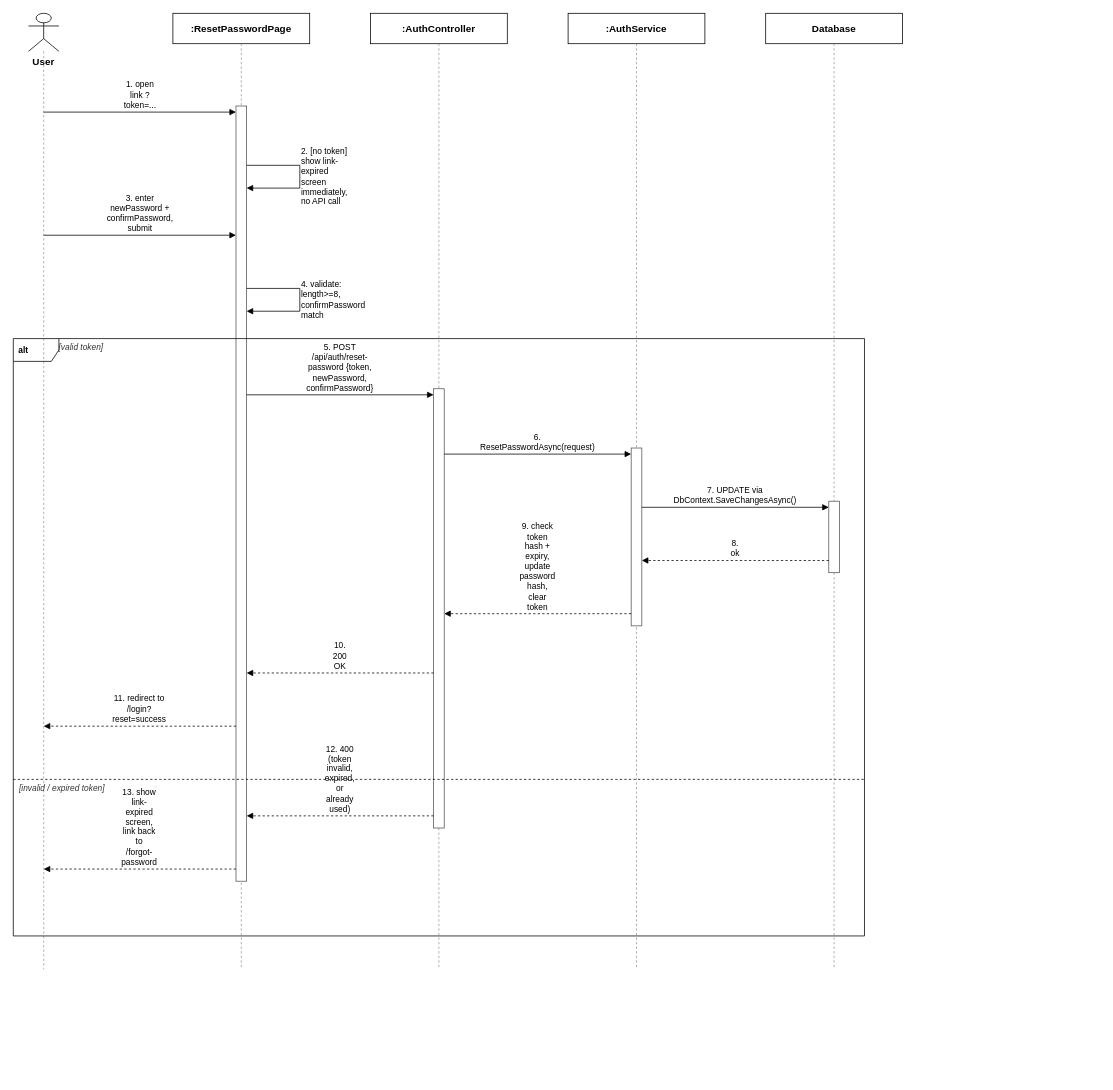
The draw.io diagram docs/qa/Hien_SequenceDiagram/Report4_SequenceDiagram_Reset_Password.drawio in tulklk/AI_Interview_Question_Generation_RAG_LLM_FE, before the edit. Source tidied: cells renumbered, new cells numbered last; positions are measured from the earlier drawing's top-left corner, leaving out a move shared by most shapes. Both pictures are drawn from the tidied source at 76%, with x=0, y=0 at pixel (13, 13).
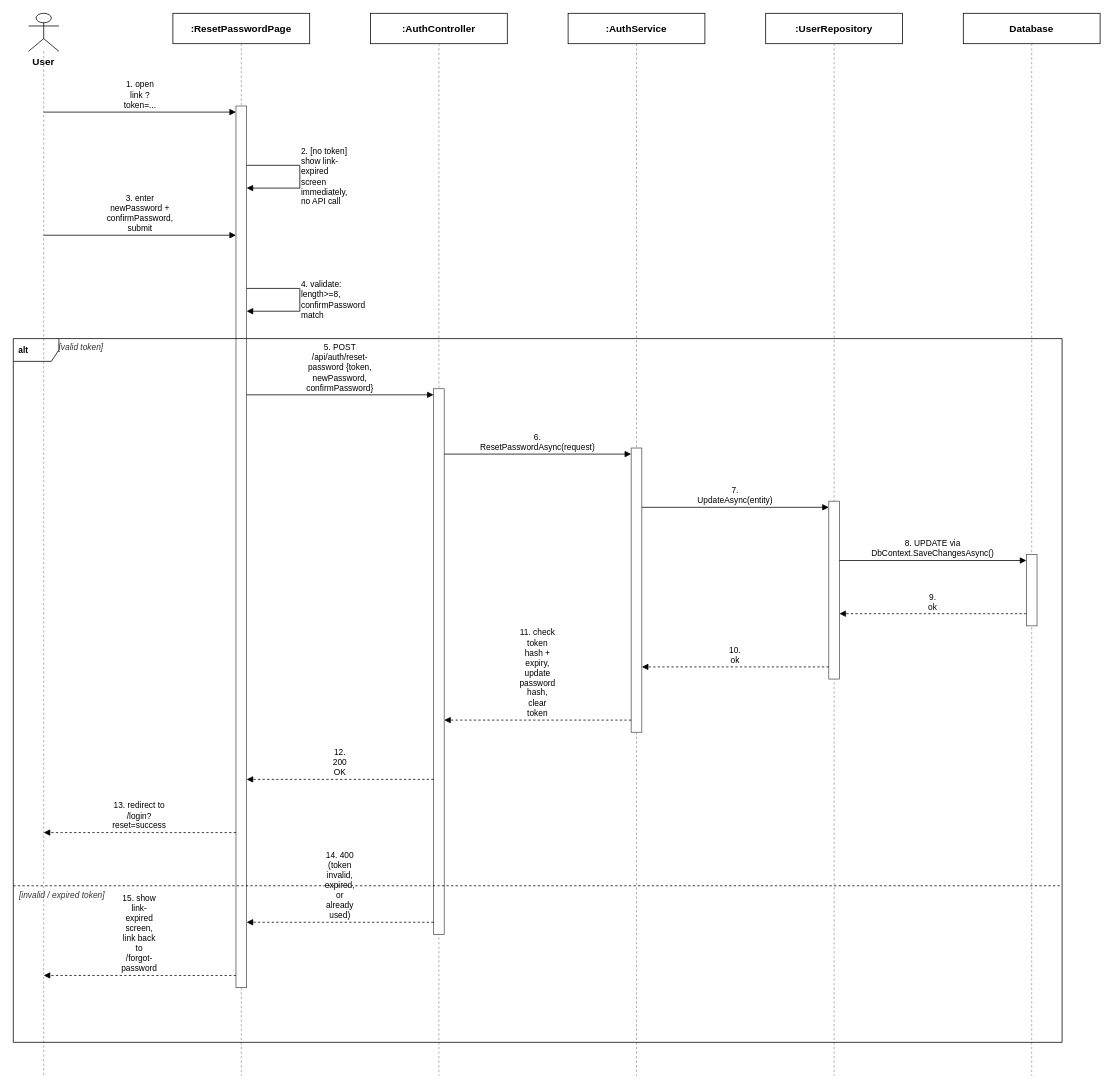
The same diagram, later.

Diff of the diagram source:
```diff
@@
     <mxCell id="3" style="endArrow=none;dashed=1;html=1;strokeColor=#999999;" parent="1" edge="1">
       <mxGeometry relative="1" as="geometry">
         <mxPoint x="40" y="50" as="sourcePoint" />
-        <mxPoint x="40" y="1258" as="targetPoint" />
+        <mxPoint x="40" y="1398" as="targetPoint" />
       </mxGeometry>
     </mxCell>
@@
     <mxCell id="5" style="endArrow=none;dashed=1;html=1;strokeColor=#999999;" parent="1" edge="1">
       <mxGeometry relative="1" as="geometry">
         <mxPoint x="300" y="40" as="sourcePoint" />
-        <mxPoint x="300" y="1258" as="targetPoint" />
+        <mxPoint x="300" y="1398" as="targetPoint" />
       </mxGeometry>
     </mxCell>
@@
     <mxCell id="7" style="endArrow=none;dashed=1;html=1;strokeColor=#999999;" parent="1" edge="1">
       <mxGeometry relative="1" as="geometry">
         <mxPoint x="560" y="40" as="sourcePoint" />
-        <mxPoint x="560" y="1258" as="targetPoint" />
+        <mxPoint x="560" y="1398" as="targetPoint" />
       </mxGeometry>
     </mxCell>
@@
     <mxCell id="9" style="endArrow=none;dashed=1;html=1;strokeColor=#999999;" parent="1" edge="1">
       <mxGeometry relative="1" as="geometry">
         <mxPoint x="820" y="40" as="sourcePoint" />
-        <mxPoint x="820" y="1258" as="targetPoint" />
+        <mxPoint x="820" y="1398" as="targetPoint" />
       </mxGeometry>
     </mxCell>
-    <mxCell id="10" value="Database" style="rounded=0;whiteSpace=wrap;html=1;fontSize=13;fillColor=#ffffff;strokeColor=#000000;fontStyle=1;" parent="1" vertex="1">
+    <mxCell id="10" value=":UserRepository" style="rounded=0;whiteSpace=wrap;html=1;fontSize=13;fillColor=#ffffff;strokeColor=#000000;fontStyle=1;" parent="1" vertex="1">
       <mxGeometry x="990" width="180" height="40" as="geometry" />
     </mxCell>
     <mxCell id="11" style="endArrow=none;dashed=1;html=1;strokeColor=#999999;" parent="1" edge="1">
       <mxGeometry relative="1" as="geometry">
         <mxPoint x="1080" y="40" as="sourcePoint" />
-        <mxPoint x="1080" y="1258" as="targetPoint" />
+        <mxPoint x="1080" y="1398" as="targetPoint" />
       </mxGeometry>
     </mxCell>
-    <mxCell id="12" style="rounded=0;whiteSpace=wrap;html=1;fillColor=#ffffff;strokeColor=#555555;" parent="1" vertex="1">
-      <mxGeometry x="293" y="122" width="14" height="1020" as="geometry" />
+    <mxCell id="12" value="Database" style="rounded=0;whiteSpace=wrap;html=1;fontSize=13;fillColor=#ffffff;strokeColor=#000000;fontStyle=1;" parent="1" vertex="1">
+      <mxGeometry x="1250" width="180" height="40" as="geometry" />
     </mxCell>
-    <mxCell id="13" style="rounded=0;whiteSpace=wrap;html=1;fillColor=#ffffff;strokeColor=#555555;" parent="1" vertex="1">
-      <mxGeometry x="553" y="494" width="14" height="578" as="geometry" />
+    <mxCell id="13" style="endArrow=none;dashed=1;html=1;strokeColor=#999999;" parent="1" edge="1">
+      <mxGeometry relative="1" as="geometry">
+        <mxPoint x="1340" y="40" as="sourcePoint" />
+        <mxPoint x="1340" y="1398" as="targetPoint" />
+      </mxGeometry>
     </mxCell>
     <mxCell id="14" style="rounded=0;whiteSpace=wrap;html=1;fillColor=#ffffff;strokeColor=#555555;" parent="1" vertex="1">
-      <mxGeometry x="813" y="572" width="14" height="234" as="geometry" />
+      <mxGeometry x="293" y="122" width="14" height="1160" as="geometry" />
     </mxCell>
     <mxCell id="15" style="rounded=0;whiteSpace=wrap;html=1;fillColor=#ffffff;strokeColor=#555555;" parent="1" vertex="1">
-      <mxGeometry x="1073" y="642" width="14" height="94" as="geometry" />
+      <mxGeometry x="553" y="494" width="14" height="718" as="geometry" />
     </mxCell>
-    <mxCell id="16" value="1. open link ?token=..." style="endArrow=block;endFill=1;html=1;whiteSpace=wrap;fontSize=11;align=center;verticalAlign=bottom;labelBackgroundColor=#ffffff;strokeColor=#000000;" parent="1" edge="1">
-      <mxGeometry relative="1" as="geometry">
-        <mxPoint x="40" y="130" as="sourcePoint" />
-        <mxPoint x="293" y="130" as="targetPoint" />
-      </mxGeometry>
+    <mxCell id="16" style="rounded=0;whiteSpace=wrap;html=1;fillColor=#ffffff;strokeColor=#555555;" parent="1" vertex="1">
+      <mxGeometry x="813" y="572" width="14" height="374" as="geometry" />
     </mxCell>
-    <mxCell id="17" value="2. [no token] show link-expired screen immediately,&lt;br&gt;no API call" style="endArrow=block;endFill=1;html=1;whiteSpace=wrap;fontSize=11;align=left;verticalAlign=middle;labelBackgroundColor=#ffffff;rounded=0;strokeColor=#000000;" parent="1" edge="1">
-      <mxGeometry relative="1" as="geometry">
-        <mxPoint x="307" y="200" as="sourcePoint" />
-        <mxPoint x="307" y="230" as="targetPoint" />
-        <Array as="points">
-          <mxPoint x="377" y="200" />
-          <mxPoint x="377" y="230" />
-        </Array>
-      </mxGeometry>
+    <mxCell id="17" style="rounded=0;whiteSpace=wrap;html=1;fillColor=#ffffff;strokeColor=#555555;" parent="1" vertex="1">
+      <mxGeometry x="1073" y="642" width="14" height="234" as="geometry" />
     </mxCell>
-    <mxCell id="18" value="3. enter newPassword + confirmPassword, submit" style="endArrow=block;endFill=1;html=1;whiteSpace=wrap;fontSize=11;align=center;verticalAlign=bottom;labelBackgroundColor=#ffffff;strokeColor=#000000;" parent="1" edge="1">
-      <mxGeometry relative="1" as="geometry">
-        <mxPoint x="40" y="292" as="sourcePoint" />
-        <mxPoint x="293" y="292" as="targetPoint" />
-      </mxGeometry>
+    <mxCell id="18" style="rounded=0;whiteSpace=wrap;html=1;fillColor=#ffffff;strokeColor=#555555;" parent="1" vertex="1">
+      <mxGeometry x="1333" y="712" width="14" height="94" as="geometry" />
     </mxCell>
-    <mxCell id="19" value="4. validate: length&gt;=8, confirmPassword match" style="endArrow=block;endFill=1;html=1;whiteSpace=wrap;fontSize=11;align=left;verticalAlign=middle;labelBackgroundColor=#ffffff;rounded=0;strokeColor=#000000;" parent="1" edge="1">
+    <mxCell id="19" value="1. open link ?token=..." style="endArrow=block;endFill=1;html=1;whiteSpace=wrap;fontSize=11;align=center;verticalAlign=bottom;labelBackgroundColor=#ffffff;strokeColor=#000000;" parent="1" edge="1">
       <mxGeometry relative="1" as="geometry">
-        <mxPoint x="307" y="362" as="sourcePoint" />
-        <mxPoint x="307" y="392" as="targetPoint" />
-        <Array as="points">
-          <mxPoint x="377" y="362" />
-          <mxPoint x="377" y="392" />
-        </Array>
+        <mxPoint x="40" y="130" as="sourcePoint" />
+        <mxPoint x="293" y="130" as="targetPoint" />
       </mxGeometry>
     </mxCell>
-    <mxCell id="20" value="5. POST /api/auth/reset-password {token, newPassword,&lt;br&gt;confirmPassword}" style="endArrow=block;endFill=1;html=1;whiteSpace=wrap;fontSize=11;align=center;verticalAlign=bottom;labelBackgroundColor=#ffffff;strokeColor=#000000;" parent="1" edge="1">
+    <mxCell id="20" value="2. [no token] show link-expired screen immediately,&lt;br&gt;no API call" style="endArrow=block;endFill=1;html=1;whiteSpace=wrap;fontSize=11;align=left;verticalAlign=middle;labelBackgroundColor=#ffffff;rounded=0;strokeColor=#000000;" parent="1" edge="1">
       <mxGeometry relative="1" as="geometry">
-        <mxPoint x="307" y="502" as="sourcePoint" />
-        <mxPoint x="553" y="502" as="targetPoint" />
+        <mxPoint x="307" y="200" as="sourcePoint" />
+        <mxPoint x="307" y="230" as="targetPoint" />
+        <Array as="points">
+          <mxPoint x="377" y="200" />
+          <mxPoint x="377" y="230" />
+        </Array>
       </mxGeometry>
     </mxCell>
-    <mxCell id="21" value="6. ResetPasswordAsync(request)" style="endArrow=block;endFill=1;html=1;whiteSpace=wrap;fontSize=11;align=center;verticalAlign=bottom;labelBackgroundColor=#ffffff;strokeColor=#000000;" parent="1" edge="1">
+    <mxCell id="21" value="3. enter newPassword + confirmPassword, submit" style="endArrow=block;endFill=1;html=1;whiteSpace=wrap;fontSize=11;align=center;verticalAlign=bottom;labelBackgroundColor=#ffffff;strokeColor=#000000;" parent="1" edge="1">
       <mxGeometry relative="1" as="geometry">
-        <mxPoint x="567" y="580" as="sourcePoint" />
-        <mxPoint x="813" y="580" as="targetPoint" />
+        <mxPoint x="40" y="292" as="sourcePoint" />
+        <mxPoint x="293" y="292" as="targetPoint" />
       </mxGeometry>
     </mxCell>
-    <mxCell id="22" value="7. UPDATE via DbContext.SaveChangesAsync()" style="endArrow=block;endFill=1;html=1;whiteSpace=wrap;fontSize=11;align=center;verticalAlign=bottom;labelBackgroundColor=#ffffff;strokeColor=#000000;" parent="1" edge="1">
+    <mxCell id="22" value="4. validate: length&gt;=8, confirmPassword match" style="endArrow=block;endFill=1;html=1;whiteSpace=wrap;fontSize=11;align=left;verticalAlign=middle;labelBackgroundColor=#ffffff;rounded=0;strokeColor=#000000;" parent="1" edge="1">
       <mxGeometry relative="1" as="geometry">
-        <mxPoint x="827" y="650" as="sourcePoint" />
-        <mxPoint x="1073" y="650" as="targetPoint" />
+        <mxPoint x="307" y="362" as="sourcePoint" />
+        <mxPoint x="307" y="392" as="targetPoint" />
+        <Array as="points">
+          <mxPoint x="377" y="362" />
+          <mxPoint x="377" y="392" />
+        </Array>
       </mxGeometry>
     </mxCell>
-    <mxCell id="23" value="8. ok" style="endArrow=block;endFill=1;html=1;whiteSpace=wrap;dashed=1;fontSize=11;align=center;verticalAlign=bottom;labelBackgroundColor=#ffffff;strokeColor=#000000;" parent="1" edge="1">
+    <mxCell id="23" value="5. POST /api/auth/reset-password {token, newPassword,&lt;br&gt;confirmPassword}" style="endArrow=block;endFill=1;html=1;whiteSpace=wrap;fontSize=11;align=center;verticalAlign=bottom;labelBackgroundColor=#ffffff;strokeColor=#000000;" parent="1" edge="1">
       <mxGeometry relative="1" as="geometry">
-        <mxPoint x="1073" y="720" as="sourcePoint" />
-        <mxPoint x="827" y="720" as="targetPoint" />
+        <mxPoint x="307" y="502" as="sourcePoint" />
+        <mxPoint x="553" y="502" as="targetPoint" />
       </mxGeometry>
     </mxCell>
-    <mxCell id="24" value="9. check token hash + expiry, update password hash,&lt;br&gt;clear token" style="endArrow=block;endFill=1;html=1;whiteSpace=wrap;dashed=1;fontSize=11;align=center;verticalAlign=bottom;labelBackgroundColor=#ffffff;strokeColor=#000000;" parent="1" edge="1">
+    <mxCell id="24" value="6. ResetPasswordAsync(request)" style="endArrow=block;endFill=1;html=1;whiteSpace=wrap;fontSize=11;align=center;verticalAlign=bottom;labelBackgroundColor=#ffffff;strokeColor=#000000;" parent="1" edge="1">
       <mxGeometry relative="1" as="geometry">
-        <mxPoint x="813" y="790" as="sourcePoint" />
-        <mxPoint x="567" y="790" as="targetPoint" />
+        <mxPoint x="567" y="580" as="sourcePoint" />
+        <mxPoint x="813" y="580" as="targetPoint" />
       </mxGeometry>
     </mxCell>
-    <mxCell id="25" value="10. 200 OK" style="endArrow=block;endFill=1;html=1;whiteSpace=wrap;dashed=1;fontSize=11;align=center;verticalAlign=bottom;labelBackgroundColor=#ffffff;strokeColor=#000000;" parent="1" edge="1">
+    <mxCell id="25" value="7. UpdateAsync(entity)" style="endArrow=block;endFill=1;html=1;whiteSpace=wrap;fontSize=11;align=center;verticalAlign=bottom;labelBackgroundColor=#ffffff;strokeColor=#000000;" parent="1" edge="1">
       <mxGeometry relative="1" as="geometry">
-        <mxPoint x="553" y="868" as="sourcePoint" />
-        <mxPoint x="307" y="868" as="targetPoint" />
+        <mxPoint x="827" y="650" as="sourcePoint" />
+        <mxPoint x="1073" y="650" as="targetPoint" />
       </mxGeometry>
     </mxCell>
-    <mxCell id="26" value="11. redirect to /login?reset=success" style="endArrow=block;endFill=1;html=1;whiteSpace=wrap;dashed=1;fontSize=11;align=center;verticalAlign=bottom;labelBackgroundColor=#ffffff;strokeColor=#000000;" parent="1" edge="1">
+    <mxCell id="26" value="8. UPDATE via DbContext.SaveChangesAsync()" style="endArrow=block;endFill=1;html=1;whiteSpace=wrap;fontSize=11;align=center;verticalAlign=bottom;labelBackgroundColor=#ffffff;strokeColor=#000000;" parent="1" edge="1">
       <mxGeometry relative="1" as="geometry">
-        <mxPoint x="293" y="938" as="sourcePoint" />
-        <mxPoint x="40" y="938" as="targetPoint" />
+        <mxPoint x="1087" y="720" as="sourcePoint" />
+        <mxPoint x="1333" y="720" as="targetPoint" />
       </mxGeometry>
     </mxCell>
-    <mxCell id="27" value="12. 400 (token invalid, expired, or already used)" style="endArrow=block;endFill=1;html=1;whiteSpace=wrap;dashed=1;fontSize=11;align=center;verticalAlign=bottom;labelBackgroundColor=#ffffff;strokeColor=#000000;" parent="1" edge="1">
+    <mxCell id="27" value="9. ok" style="endArrow=block;endFill=1;html=1;whiteSpace=wrap;dashed=1;fontSize=11;align=center;verticalAlign=bottom;labelBackgroundColor=#ffffff;strokeColor=#000000;" parent="1" edge="1">
       <mxGeometry relative="1" as="geometry">
-        <mxPoint x="553" y="1056" as="sourcePoint" />
-        <mxPoint x="307" y="1056" as="targetPoint" />
+        <mxPoint x="1333" y="790" as="sourcePoint" />
+        <mxPoint x="1087" y="790" as="targetPoint" />
       </mxGeometry>
     </mxCell>
-    <mxCell id="28" value="13. show link-expired screen, link back to&lt;br&gt;/forgot-password" style="endArrow=block;endFill=1;html=1;whiteSpace=wrap;dashed=1;fontSize=11;align=center;verticalAlign=bottom;labelBackgroundColor=#ffffff;strokeColor=#000000;" parent="1" edge="1">
+    <mxCell id="28" value="10. ok" style="endArrow=block;endFill=1;html=1;whiteSpace=wrap;dashed=1;fontSize=11;align=center;verticalAlign=bottom;labelBackgroundColor=#ffffff;strokeColor=#000000;" parent="1" edge="1">
       <mxGeometry relative="1" as="geometry">
-        <mxPoint x="293" y="1126" as="sourcePoint" />
-        <mxPoint x="40" y="1126" as="targetPoint" />
+        <mxPoint x="1073" y="860" as="sourcePoint" />
+        <mxPoint x="827" y="860" as="targetPoint" />
       </mxGeometry>
     </mxCell>
-    <mxCell id="29" value="&lt;b&gt;&amp;nbsp;alt&amp;nbsp;&lt;/b&gt;" style="shape=umlFrame;whiteSpace=wrap;html=1;align=left;verticalAlign=top;fontSize=11;spacingLeft=2;spacingTop=2;strokeColor=#000000;fillColor=none;" parent="1" vertex="1">
-      <mxGeometry y="428" width="1120" height="786" as="geometry" />
+    <mxCell id="29" value="11. check token hash + expiry, update password hash,&lt;br&gt;clear token" style="endArrow=block;endFill=1;html=1;whiteSpace=wrap;dashed=1;fontSize=11;align=center;verticalAlign=bottom;labelBackgroundColor=#ffffff;strokeColor=#000000;" parent="1" edge="1">
+      <mxGeometry relative="1" as="geometry">
+        <mxPoint x="813" y="930" as="sourcePoint" />
+        <mxPoint x="567" y="930" as="targetPoint" />
+      </mxGeometry>
     </mxCell>
-    <mxCell id="30" value="[valid token]" style="text;html=1;align=left;verticalAlign=middle;fontSize=11;fontColor=#333333;fontStyle=2;" parent="1" vertex="1">
-      <mxGeometry x="58" y="430" width="1056" height="20" as="geometry" />
+    <mxCell id="30" value="12. 200 OK" style="endArrow=block;endFill=1;html=1;whiteSpace=wrap;dashed=1;fontSize=11;align=center;verticalAlign=bottom;labelBackgroundColor=#ffffff;strokeColor=#000000;" parent="1" edge="1">
+      <mxGeometry relative="1" as="geometry">
+        <mxPoint x="553" y="1008" as="sourcePoint" />
+        <mxPoint x="307" y="1008" as="targetPoint" />
+      </mxGeometry>
     </mxCell>
-    <mxCell id="31" style="endArrow=none;dashed=1;html=1;strokeColor=#000000;" parent="1" edge="1">
+    <mxCell id="31" value="13. redirect to /login?reset=success" style="endArrow=block;endFill=1;html=1;whiteSpace=wrap;dashed=1;fontSize=11;align=center;verticalAlign=bottom;labelBackgroundColor=#ffffff;strokeColor=#000000;" parent="1" edge="1">
       <mxGeometry relative="1" as="geometry">
-        <mxPoint y="1008" as="sourcePoint" />
-        <mxPoint x="1120" y="1008" as="targetPoint" />
+        <mxPoint x="293" y="1078" as="sourcePoint" />
+        <mxPoint x="40" y="1078" as="targetPoint" />
       </mxGeometry>
     </mxCell>
-    <mxCell id="32" value="[invalid / expired token]" style="text;html=1;align=left;verticalAlign=middle;fontSize=11;fontColor=#333333;fontStyle=2;" parent="1" vertex="1">
-      <mxGeometry x="6" y="1010" width="1108" height="20" as="geometry" />
+    <mxCell id="32" value="14. 400 (token invalid, expired, or already used)" style="endArrow=block;endFill=1;html=1;whiteSpace=wrap;dashed=1;fontSize=11;align=center;verticalAlign=bottom;labelBackgroundColor=#ffffff;strokeColor=#000000;" parent="1" edge="1">
+      <mxGeometry relative="1" as="geometry">
+        <mxPoint x="553" y="1196" as="sourcePoint" />
+        <mxPoint x="307" y="1196" as="targetPoint" />
+      </mxGeometry>
     </mxCell>
+    <mxCell id="33" value="15. show link-expired screen, link back to&lt;br&gt;/forgot-password" style="endArrow=block;endFill=1;html=1;whiteSpace=wrap;dashed=1;fontSize=11;align=center;verticalAlign=bottom;labelBackgroundColor=#ffffff;strokeColor=#000000;" parent="1" edge="1">
+      <mxGeometry relative="1" as="geometry">
+        <mxPoint x="293" y="1266" as="sourcePoint" />
+        <mxPoint x="40" y="1266" as="targetPoint" />
+      </mxGeometry>
+    </mxCell>
+    <mxCell id="34" value="&lt;b&gt;&amp;nbsp;alt&amp;nbsp;&lt;/b&gt;" style="shape=umlFrame;whiteSpace=wrap;html=1;align=left;verticalAlign=top;fontSize=11;spacingLeft=2;spacingTop=2;strokeColor=#000000;fillColor=none;" parent="1" vertex="1">
+      <mxGeometry y="428" width="1380" height="926" as="geometry" />
+    </mxCell>
+    <mxCell id="35" value="[valid token]" style="text;html=1;align=left;verticalAlign=middle;fontSize=11;fontColor=#333333;fontStyle=2;" parent="1" vertex="1">
+      <mxGeometry x="58" y="430" width="1316" height="20" as="geometry" />
+    </mxCell>
+    <mxCell id="36" style="endArrow=none;dashed=1;html=1;strokeColor=#000000;" parent="1" edge="1">
+      <mxGeometry relative="1" as="geometry">
+        <mxPoint y="1148" as="sourcePoint" />
+        <mxPoint x="1380" y="1148" as="targetPoint" />
+      </mxGeometry>
+    </mxCell>
+    <mxCell id="37" value="[invalid / expired token]" style="text;html=1;align=left;verticalAlign=middle;fontSize=11;fontColor=#333333;fontStyle=2;" parent="1" vertex="1">
+      <mxGeometry x="6" y="1150" width="1368" height="20" as="geometry" />
+    </mxCell>
```
